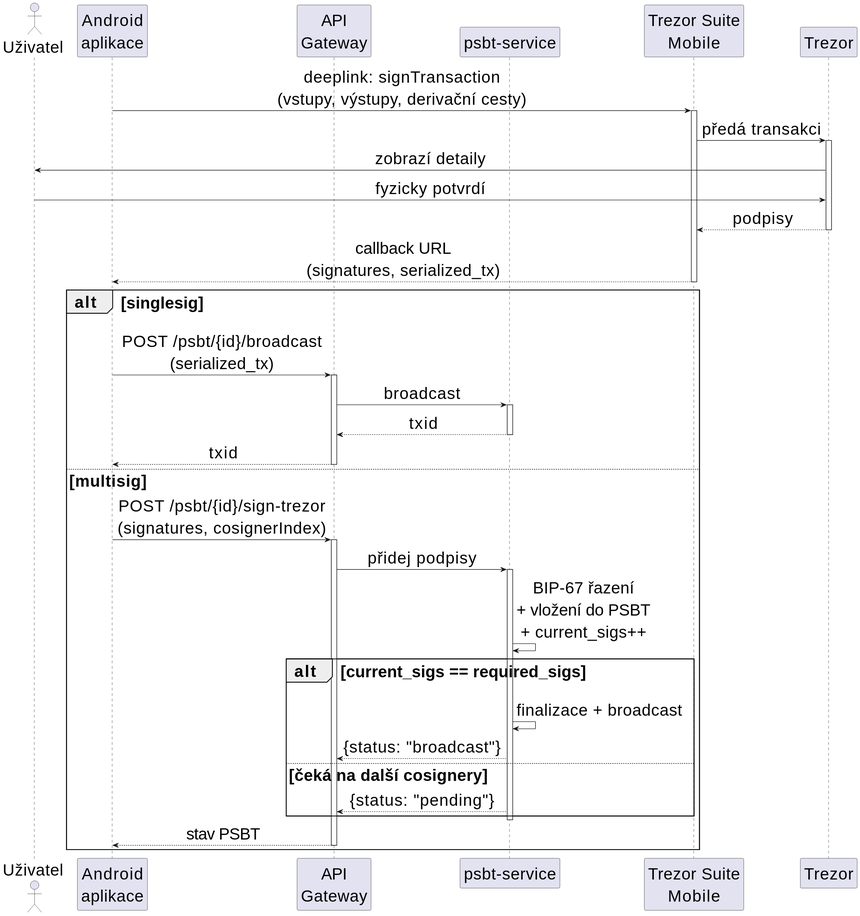
This is DOCS/thesis/img/trezor-signing-2.svg from Majny/bitcoin-multisig-wallet, a PlantUML export, as it was before one commit. Source of this version:
```plantuml
@startuml
skinparam backgroundColor white
skinparam shadowing false
skinparam defaultFontSize 30
skinparam ParticipantPadding 10
skinparam BoxPadding 8
skinparam sequenceMessageAlign center

actor "Uživatel" as user
participant "Android\naplikace" as app
participant "API\nGateway" as gw
participant "psbt-service" as psbt
participant "Trezor Suite\nMobile" as tsm
participant "Trezor" as hw

app -> tsm : deeplink: signTransaction\n(vstupy, výstupy, derivační cesty)
activate tsm
tsm -> hw : předá transakci
activate hw
hw -> user : zobrazí detaily
user -> hw : fyzicky potvrdí
hw --> tsm : podpisy
deactivate hw
tsm --> app : callback URL\n(signatures, serialized_tx)
deactivate tsm

alt singlesig
    app -> gw : POST /psbt/{id}/broadcast\n(serialized_tx)
    activate gw
    gw -> psbt : broadcast
    activate psbt
    psbt --> gw : txid
    deactivate psbt
    gw --> app : txid
    deactivate gw
else multisig
    app -> gw : POST /psbt/{id}/sign-trezor\n(signatures, cosignerIndex)
    activate gw
    gw -> psbt : přidej podpisy
    activate psbt
    psbt -> psbt : BIP-67 řazení\n+ vložení do PSBT\n+ current_sigs++
    alt current_sigs == required_sigs
        psbt -> psbt : finalizace + broadcast
        psbt --> gw : {status: "broadcast"}
    else čeká na další cosignery
        psbt --> gw : {status: "pending"}
    end
    deactivate psbt
    gw --> app : stav PSBT
    deactivate gw
end
@enduml
```
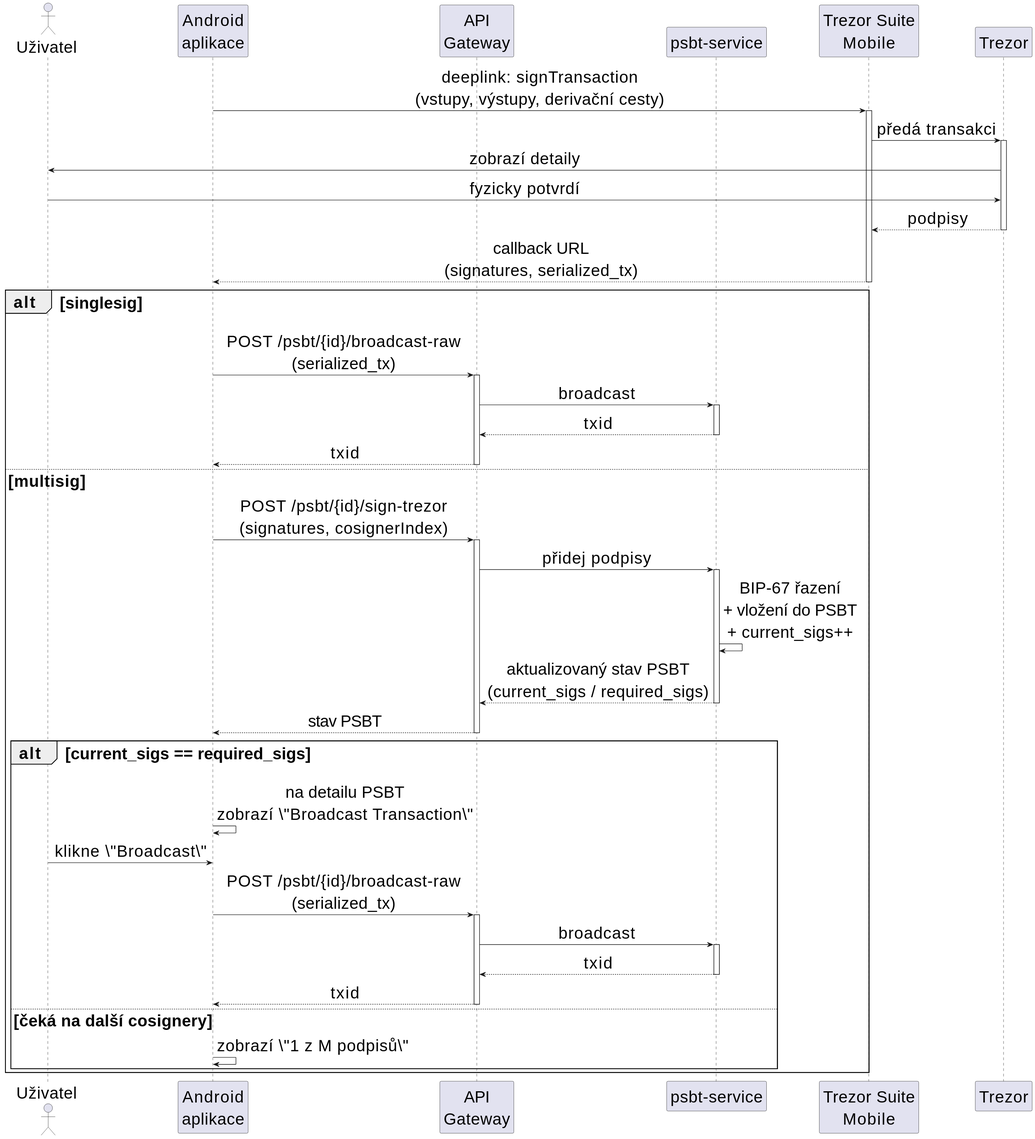
After the change.

Change to the diagram source:
```diff
@@ -25,7 +25,7 @@
 deactivate tsm
 
 alt singlesig
-    app -> gw : POST /psbt/{id}/broadcast\n(serialized_tx)
+    app -> gw : POST /psbt/{id}/broadcast-raw\n(serialized_tx)
     activate gw
     gw -> psbt : broadcast
     activate psbt
@@ -39,14 +39,23 @@
     gw -> psbt : přidej podpisy
     activate psbt
     psbt -> psbt : BIP-67 řazení\n+ vložení do PSBT\n+ current_sigs++
-    alt current_sigs == required_sigs
-        psbt -> psbt : finalizace + broadcast
-        psbt --> gw : {status: "broadcast"}
-    else čeká na další cosignery
-        psbt --> gw : {status: "pending"}
-    end
+    psbt --> gw : aktualizovaný stav PSBT\n(current_sigs / required_sigs)
     deactivate psbt
     gw --> app : stav PSBT
     deactivate gw
+    alt current_sigs == required_sigs
+        app -> app : na detailu PSBT\nzobrazí \"Broadcast Transaction\"
+        user -> app : klikne \"Broadcast\"
+        app -> gw : POST /psbt/{id}/broadcast-raw\n(serialized_tx)
+        activate gw
+        gw -> psbt : broadcast
+        activate psbt
+        psbt --> gw : txid
+        deactivate psbt
+        gw --> app : txid
+        deactivate gw
+    else čeká na další cosignery
+        app -> app : zobrazí \"1 z M podpisů\"
+    end
 end
 @enduml
```
